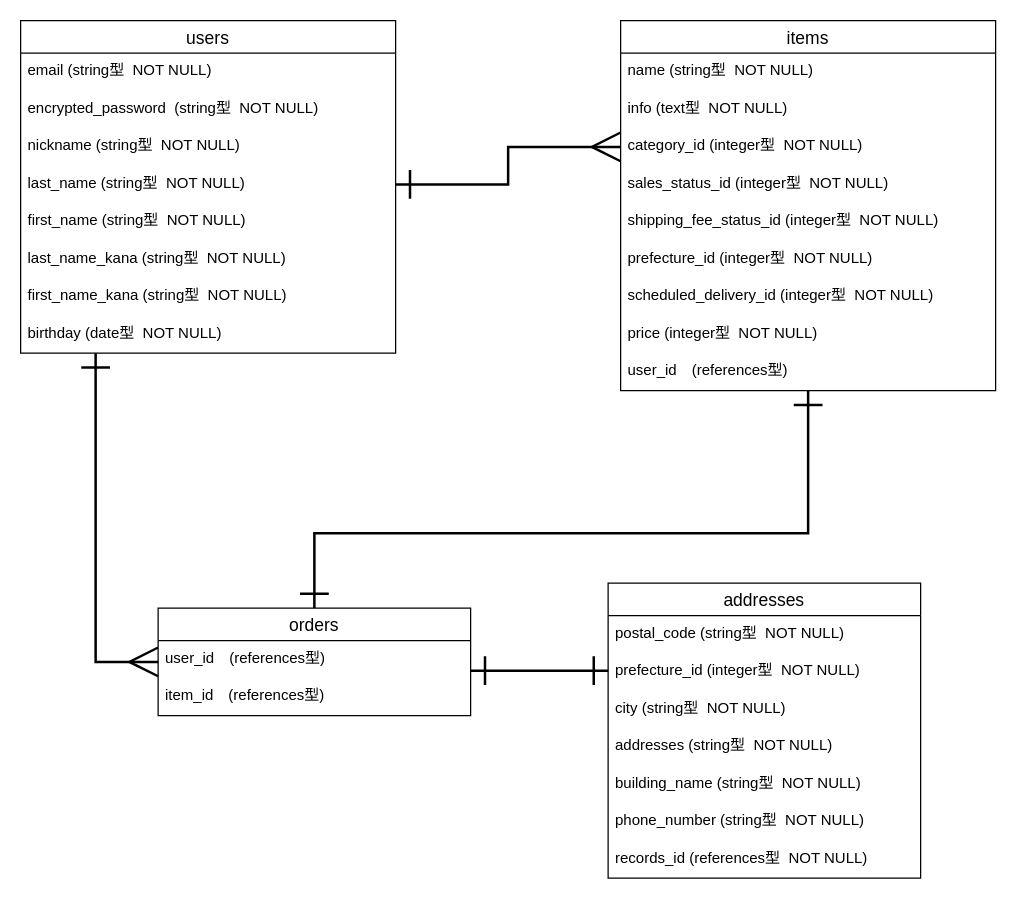
This is furima.dio from tano-taka/furima-34841, a draw.io file, before an edit. Source tidied: cells renumbered, new cells numbered last; positions are measured from the earlier drawing's top-left corner, leaving out a move shared by most shapes. Both pictures are drawn from the tidied source at 125%, with x=0, y=0 at pixel (20, 20).
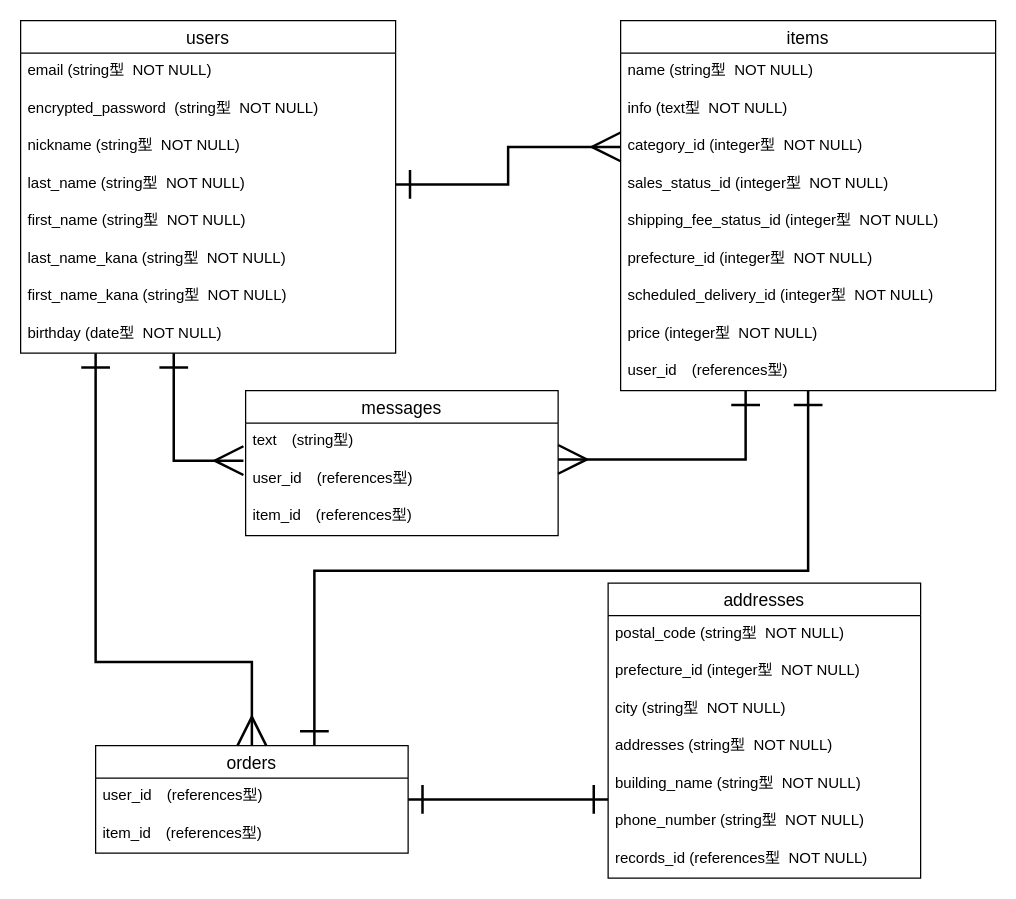
The same diagram, later.

Unchanged cells that the change refers to:
```xml
<mxCell id="12" value="items" style="swimlane;fontStyle=0;horizontal=1;startSize=26;align=center;fontSize=14;" parent="1" vertex="1">
  <mxGeometry x="480" width="300" height="296" as="geometry" />
</mxCell>
<mxCell id="26" value="addresses" style="swimlane;fontStyle=0;horizontal=1;startSize=26;align=center;fontSize=14;" parent="1" vertex="1">
  <mxGeometry x="470" y="450" width="250" height="236" as="geometry" />
</mxCell>
```

What changed in the source:
```diff
@@
     <mxCell id="11" style="edgeStyle=orthogonalEdgeStyle;rounded=0;jettySize=auto;html=1;startArrow=ERone;startFill=0;startSize=20;sourcePerimeterSpacing=0;endArrow=ERone;endFill=0;endSize=20;strokeWidth=2;" parent="1" edge="1" source="12" target="22">
       <mxGeometry relative="1" as="geometry">
         <Array as="points">
-          <mxPoint x="630" y="410" />
+          <mxPoint x="630" y="440" />
+          <mxPoint x="235" y="440" />
         </Array>
       </mxGeometry>
     </mxCell>
@@
     <mxCell id="22" value="orders" style="swimlane;fontStyle=0;horizontal=1;startSize=26;align=center;fontSize=14;" parent="1" vertex="1">
-      <mxGeometry x="110" y="470" width="250" height="86" as="geometry" />
+      <mxGeometry x="60" y="580" width="250" height="86" as="geometry" />
     </mxCell>
@@
     <mxCell id="34" style="edgeStyle=orthogonalEdgeStyle;rounded=0;jettySize=auto;html=1;startArrow=ERone;startFill=0;startSize=20;sourcePerimeterSpacing=0;endArrow=ERone;endFill=0;endSize=20;strokeWidth=2;" parent="1" edge="1" source="22" target="26">
       <mxGeometry relative="1" as="geometry">
         <Array as="points">
-          <mxPoint x="410" y="520" />
-          <mxPoint x="410" y="520" />
+          <mxPoint x="370" y="623" />
+          <mxPoint x="370" y="623" />
         </Array>
       </mxGeometry>
     </mxCell>
@@
+    <mxCell id="36" value="messages" style="swimlane;fontStyle=0;horizontal=1;startSize=26;align=center;fontSize=14;" parent="1" vertex="1">
+      <mxGeometry x="180" y="296" width="250" height="116" as="geometry" />
+    </mxCell>
+    <mxCell id="37" value="text　(string型)" style="text;strokeColor=none;fillColor=none;spacingLeft=4;spacingRight=4;overflow=hidden;points=[[0,0.5],[1,0.5]];portConstraint=eastwest;fontSize=12;" parent="36" vertex="1">
+      <mxGeometry y="26" width="250" height="30" as="geometry" />
+    </mxCell>
+    <mxCell id="38" value="user_id　(references型)" style="text;strokeColor=none;fillColor=none;spacingLeft=4;spacingRight=4;overflow=hidden;fontSize=12;" parent="36" vertex="1">
+      <mxGeometry y="56" width="250" height="30" as="geometry" />
+    </mxCell>
+    <mxCell id="39" value="item_id　(references型)" style="text;strokeColor=none;fillColor=none;spacingLeft=4;spacingRight=4;overflow=hidden;fontSize=12;" parent="36" vertex="1">
+      <mxGeometry y="86" width="250" height="30" as="geometry" />
+    </mxCell>
+    <mxCell id="40" style="edgeStyle=orthogonalEdgeStyle;rounded=0;jettySize=auto;html=1;endArrow=ERmany;endFill=0;startArrow=ERone;startFill=0;endSize=20;startSize=20;sourcePerimeterSpacing=0;strokeWidth=2;entryX=-0.007;entryY=1;entryDx=0;entryDy=0;entryPerimeter=0;" parent="1" edge="1" target="37">
+      <mxGeometry relative="1" as="geometry">
+        <mxPoint x="122.5" y="266" as="sourcePoint" />
+        <Array as="points">
+          <mxPoint x="123" y="352" />
+        </Array>
+      </mxGeometry>
+    </mxCell>
+    <mxCell id="41" style="edgeStyle=orthogonalEdgeStyle;rounded=0;orthogonalLoop=1;jettySize=auto;html=1;endArrow=ERmany;endFill=0;startArrow=ERone;startFill=0;endSize=20;startSize=20;sourcePerimeterSpacing=0;strokeWidth=2;" parent="1" edge="1">
+      <mxGeometry relative="1" as="geometry">
+        <mxPoint x="580" y="296" as="sourcePoint" />
+        <mxPoint x="430" y="351" as="targetPoint" />
+        <Array as="points">
+          <mxPoint x="580" y="351" />
+        </Array>
+      </mxGeometry>
+    </mxCell>
```
